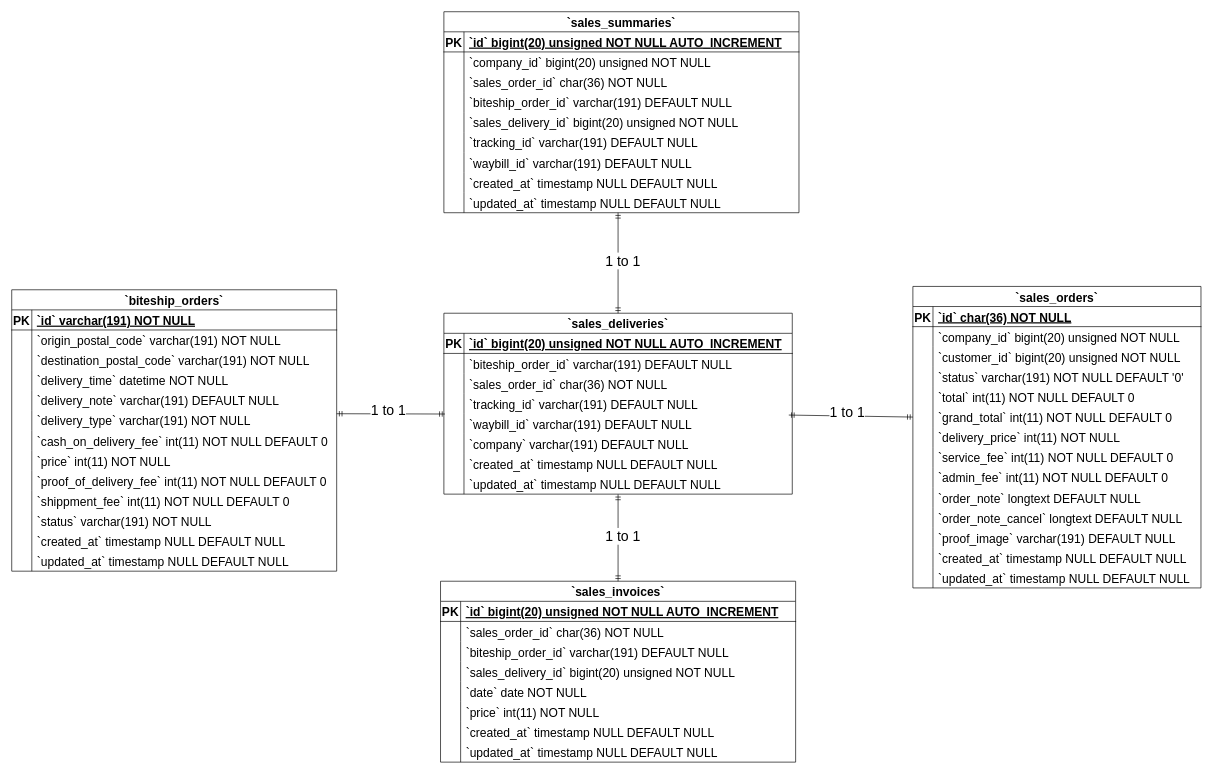
Before: Sales Deliveries ERD Diagram.drawio in Simasco/diagram, a draw.io diagram. Source tidied: cells renumbered, new cells numbered last; positions are measured from the earlier drawing's top-left corner, leaving out a move shared by most shapes. Both pictures are drawn from the tidied source at 67%, with x=0, y=0 at pixel (11, 11).
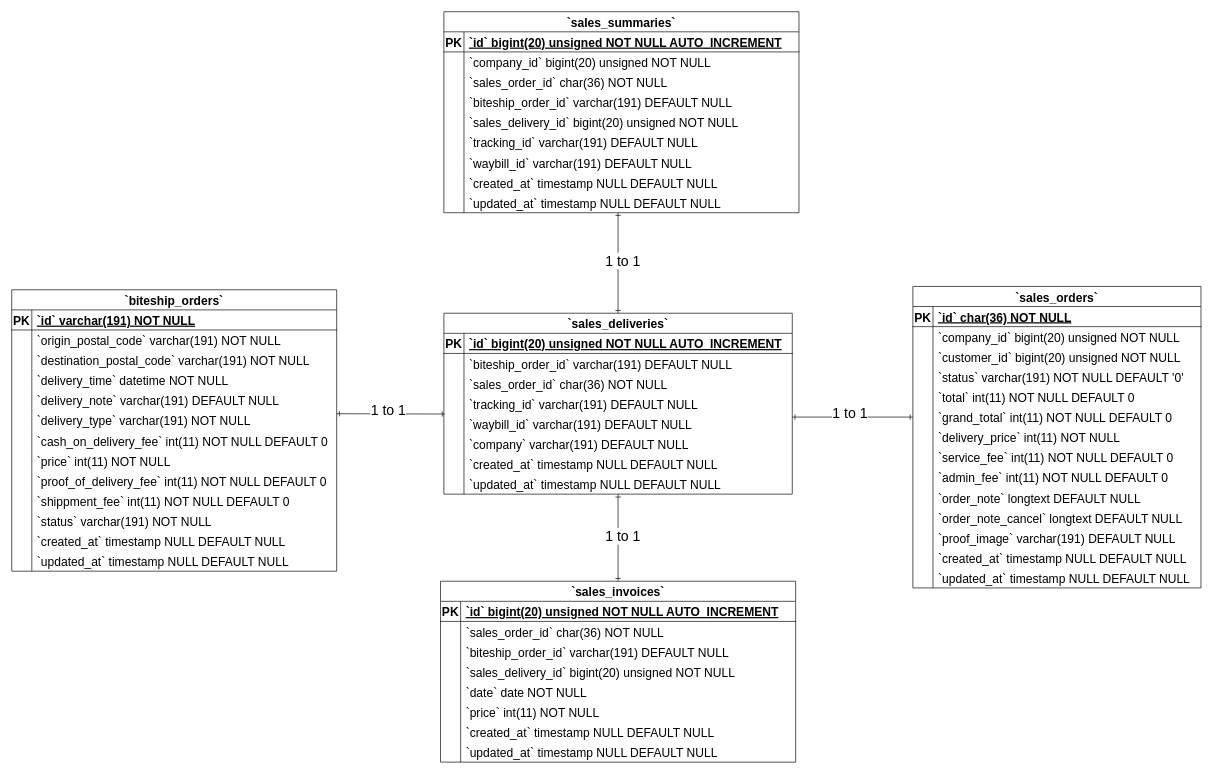
After the change.

The change refers to these unchanged cells:
```xml
<mxCell id="42" value="`sales_deliveries`" style="shape=table;startSize=30;childLayout=tableLayout;rowLines=0;fontStyle=1;align=center;fontSize=18;" parent="1" vertex="1">
  <mxGeometry x="645" y="450" width="520" height="270" as="geometry" />
</mxCell>
<mxCell id="52" style="shape=tableRow;horizontal=0;startSize=0;swimlaneHead=0;swimlaneBody=0;fillColor=none;points=[[0,0.5],[1,0.5]];portConstraint=eastwest;strokeColor=inherit;top=0;left=0;right=0;bottom=0;fontSize=18;" parent="42" vertex="1">
  <mxGeometry y="120" width="520" height="30" as="geometry" />
</mxCell>
<mxCell id="55" style="shape=tableRow;horizontal=0;startSize=0;swimlaneHead=0;swimlaneBody=0;fillColor=none;points=[[0,0.5],[1,0.5]];portConstraint=eastwest;strokeColor=inherit;top=0;left=0;right=0;bottom=0;fontSize=18;" parent="42" vertex="1">
  <mxGeometry y="150" width="520" height="30" as="geometry" />
</mxCell>
<mxCell id="64" style="shape=tableRow;horizontal=0;startSize=0;swimlaneHead=0;swimlaneBody=0;fillColor=none;points=[[0,0.5],[1,0.5]];portConstraint=eastwest;strokeColor=inherit;top=0;left=0;right=0;bottom=0;fontSize=18;" parent="42" vertex="1">
  <mxGeometry y="240" width="520" height="30" as="geometry" />
</mxCell>
<mxCell id="83" style="shape=tableRow;horizontal=0;startSize=0;swimlaneHead=0;swimlaneBody=0;fillColor=none;points=[[0,0.5],[1,0.5]];portConstraint=eastwest;strokeColor=inherit;top=0;left=0;right=0;bottom=0;fontSize=18;" parent="67" vertex="1">
  <mxGeometry y="180" width="430" height="30" as="geometry" />
</mxCell>
<mxCell id="110" value="`sales_invoices`" style="shape=table;startSize=30;childLayout=tableLayout;rowLines=0;fontStyle=1;align=center;fontSize=18;" parent="1" vertex="1">
  <mxGeometry x="640" y="850" width="530" height="270" as="geometry" />
</mxCell>
```

Diff of the diagram source:
```diff
@@
-    <mxCell id="163" style="fontSize=12;html=1;endArrow=ERmandOne;startArrow=ERmandOne;rounded=0;exitX=0.5;exitY=1.012;exitDx=0;exitDy=0;exitPerimeter=0;entryX=0.5;entryY=0;entryDx=0;entryDy=0;" parent="1" edge="1" source="64" target="110">
+    <mxCell id="163" style="fontSize=12;html=1;endArrow=ERone;startArrow=ERone;rounded=0;exitX=0.5;exitY=1.012;exitDx=0;exitDy=0;exitPerimeter=0;entryX=0.5;entryY=0;entryDx=0;entryDy=0;startFill=0;endFill=0;" parent="1" edge="1" source="64" target="110">
       <mxGeometry relative="1" as="geometry" />
     </mxCell>
@@
-    <mxCell id="165" style="fontSize=12;html=1;endArrow=ERmandOne;startArrow=ERmandOne;rounded=0;" parent="1" edge="1" target="42">
+    <mxCell id="165" style="fontSize=12;html=1;endArrow=ERone;startArrow=ERone;rounded=0;startFill=0;endFill=0;" parent="1" edge="1" target="42">
       <mxGeometry relative="1" as="geometry">
         <mxPoint x="905" y="300" as="sourcePoint" />
       </mxGeometry>
     </mxCell>
@@
-    <mxCell id="167" style="fontSize=12;html=1;endArrow=ERmandOne;startArrow=ERmandOne;rounded=0;entryX=0.003;entryY=0.015;entryDx=0;entryDy=0;entryPerimeter=0;" parent="1" edge="1" target="55">
+    <mxCell id="167" style="fontSize=12;html=1;endArrow=ERone;startArrow=ERone;rounded=0;entryX=0.003;entryY=0.015;entryDx=0;entryDy=0;entryPerimeter=0;startFill=0;endFill=0;" parent="1" edge="1" target="55">
       <mxGeometry relative="1" as="geometry">
         <mxPoint x="485" y="600" as="sourcePoint" />
       </mxGeometry>
     </mxCell>
@@
-    <mxCell id="169" style="fontSize=12;html=1;endArrow=ERmandOne;startArrow=ERmandOne;rounded=0;entryX=0;entryY=0.5;entryDx=0;entryDy=0;exitX=0.99;exitY=1.066;exitDx=0;exitDy=0;exitPerimeter=0;" parent="1" edge="1" source="52" target="83">
-      <mxGeometry relative="1" as="geometry" />
+    <mxCell id="169" style="fontSize=12;html=1;endArrow=ERone;startArrow=ERone;rounded=0;entryX=0;entryY=0.5;entryDx=0;entryDy=0;startFill=0;endFill=0;" parent="1" edge="1" target="83">
+      <mxGeometry relative="1" as="geometry">
+        <mxPoint x="1165" y="605" as="sourcePoint" />
+      </mxGeometry>
     </mxCell>
```
